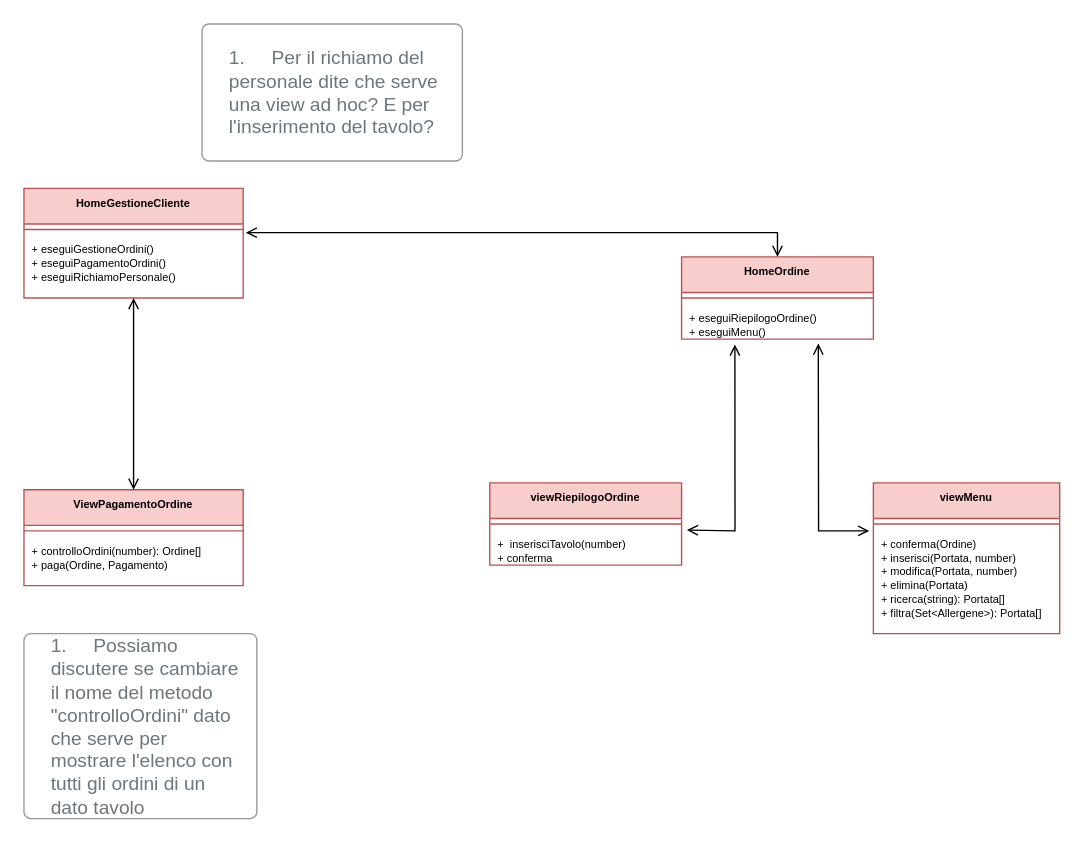
This is page "Cliente" (3 of 3) of progettazione/dettaglio/dettaglioView.drawio from Marco-Burattoni/Progetto-ids, a draw.io file, before an edit. Source tidied: cells renumbered, new cells numbered last; positions are measured from the earlier drawing's top-left corner, leaving out a move shared by most shapes. Both pictures are drawn from the tidied source at 137%, with x=0, y=0 at pixel (23, 23).
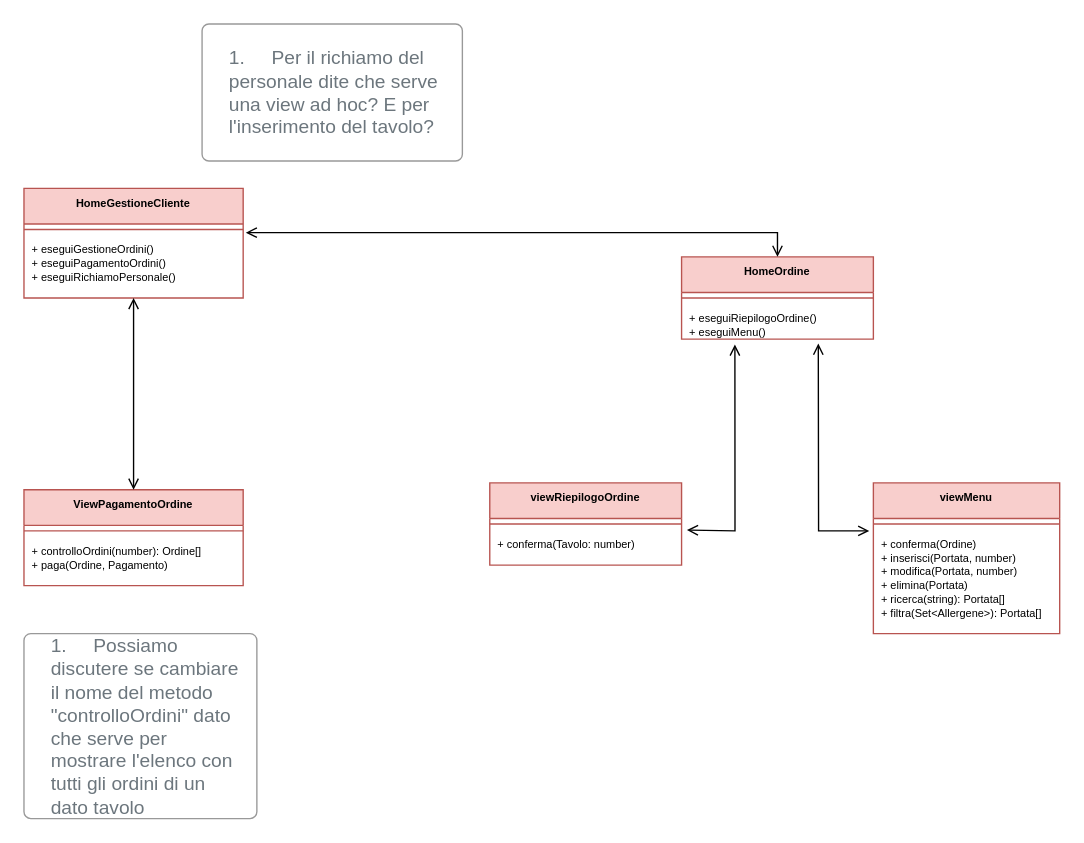
The same diagram, later.

Unchanged cells that the change refers to:
```xml
<mxCell id="11" value="viewRiepilogoOrdine" style="swimlane;fontStyle=1;align=center;verticalAlign=top;horizontal=1;startSize=26;strokeColor=#B85450;fontSize=8;fillColor=#F8CECC;" parent="1" vertex="1">
  <mxGeometry x="340" y="335" width="140" height="60" as="geometry" />
</mxCell>
```

Diff of the diagram source:
```diff
@@
-    <mxCell id="13" value="+  inserisciTavolo(number)&#10;+ conferma" style="text;strokeColor=none;fillColor=none;align=left;verticalAlign=top;spacingLeft=4;spacingRight=4;overflow=hidden;points=[[0,0.5],[1,0.5]];portConstraint=eastwest;fontSize=8;" parent="11" vertex="1">
+    <mxCell id="13" value="+ conferma(Tavolo: number)" style="text;strokeColor=none;fillColor=none;align=left;verticalAlign=top;spacingLeft=4;spacingRight=4;overflow=hidden;points=[[0,0.5],[1,0.5]];portConstraint=eastwest;fontSize=8;" parent="11" vertex="1">
       <mxGeometry y="34" width="140" height="26" as="geometry" />
     </mxCell>
```
